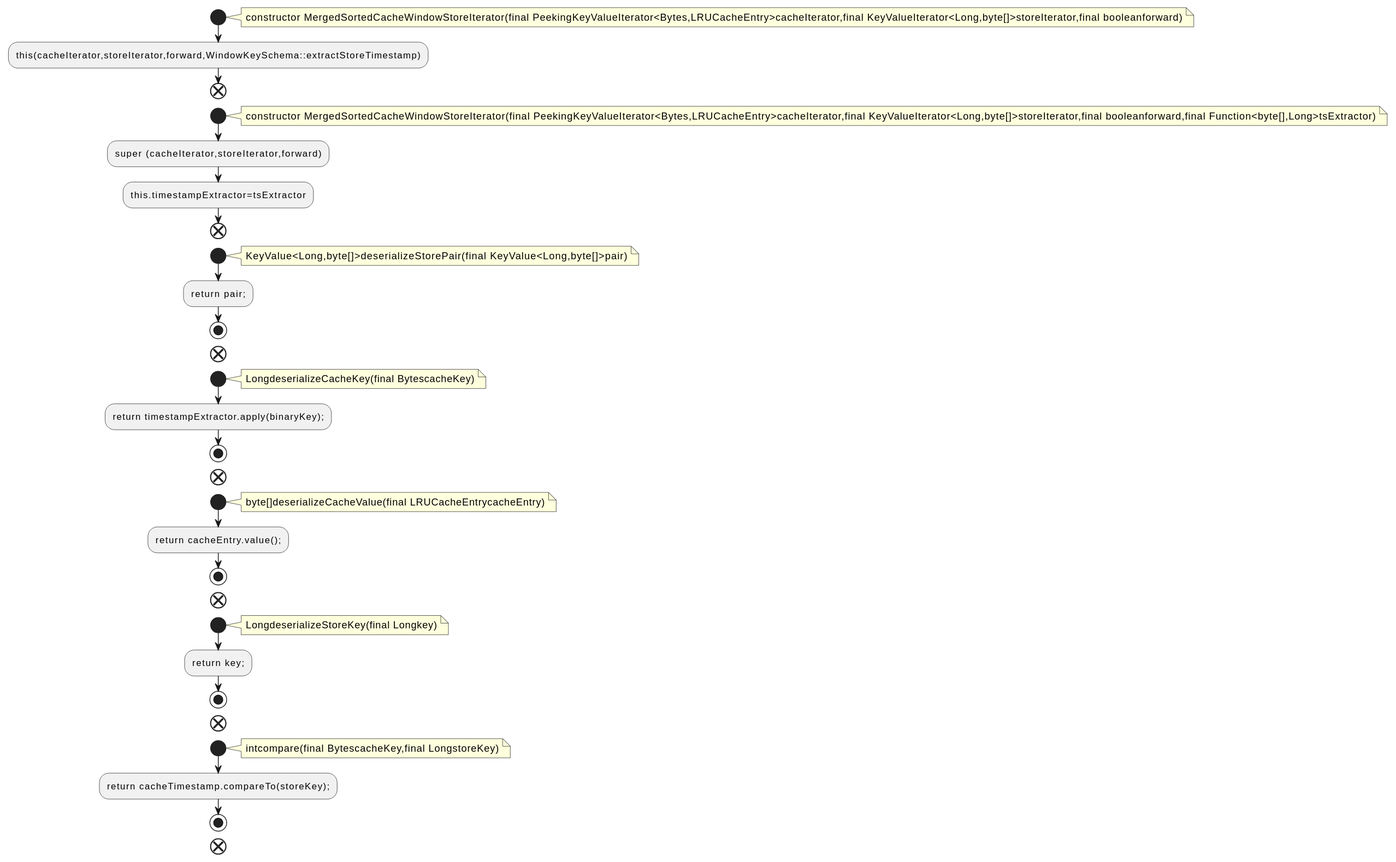
qualitesys/kafka keeps this PlantUML diagram as docs/qc/streams/src/main/java/org/apache/kafka/streams/state/internals/MergedSortedCacheWindowStoreIterator.java.fct.svg. Above is the earlier version.
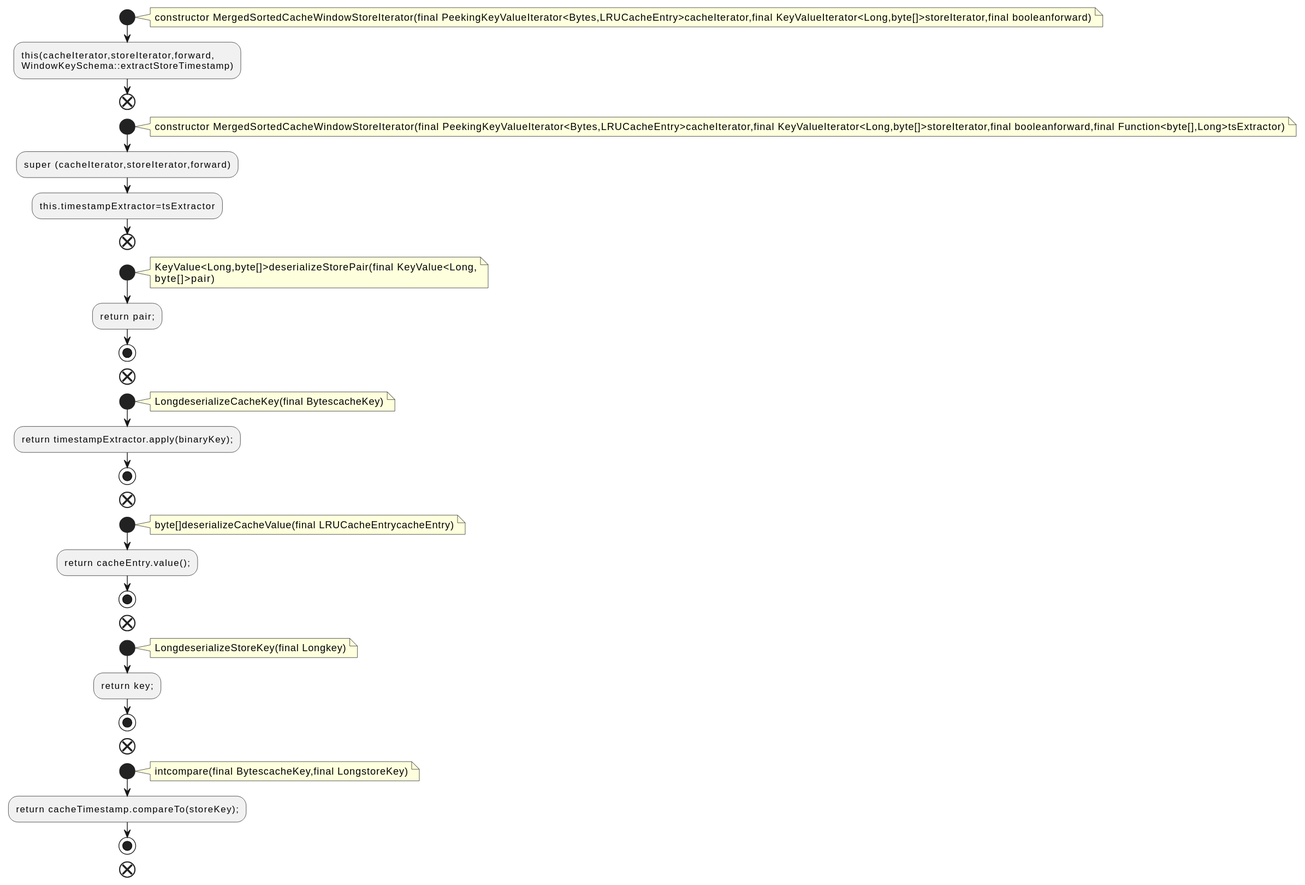
After the commit.

What changed in the source:
```diff
@@ -4,7 +4,8 @@
 note right
 constructor MergedSortedCacheWindowStoreIterator(final PeekingKeyValueIterator<Bytes,LRUCacheEntry>cacheIterator,final KeyValueIterator<Long,byte[]>storeIterator,final booleanforward)
 end note
-:this(cacheIterator,storeIterator,forward,WindowKeySchema::extractStoreTimestamp);
+:this(cacheIterator,storeIterator,forward,
+WindowKeySchema::extractStoreTimestamp);
 end
 start
 note right
@@ -15,7 +16,8 @@
 end
 start
 note right
-KeyValue<Long,byte[]>deserializeStorePair(final KeyValue<Long,byte[]>pair)
+KeyValue<Long,byte[]>deserializeStorePair(final KeyValue<Long,
+byte[]>pair)
 end note
 :return pair;;
 stop
```
